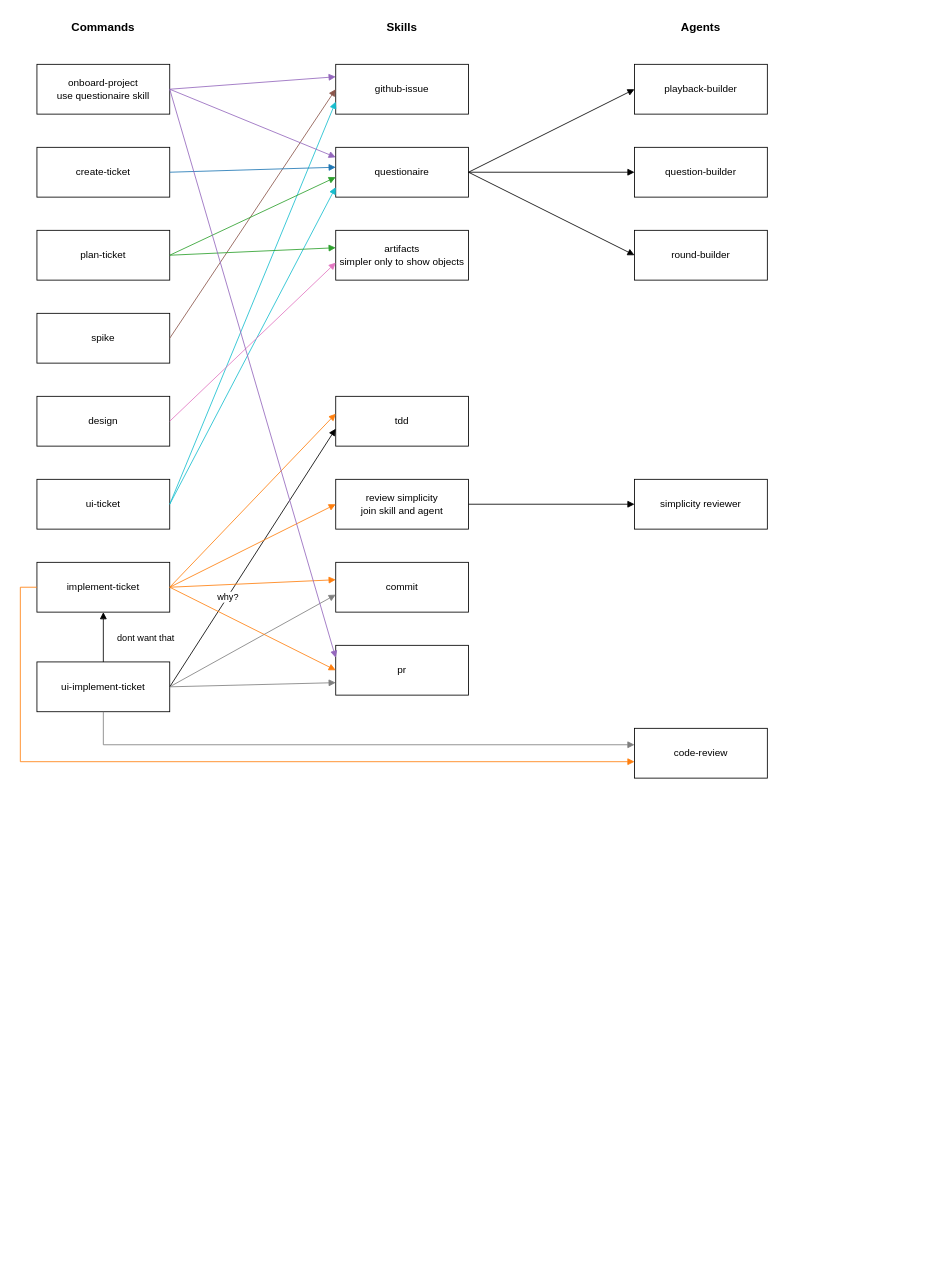
The draw.io diagram docs/skill_map.drawio in MoritzKopmann/AISoftwareFactory, before the edit. Source tidied: cells renumbered, new cells numbered last; positions are measured from the earlier drawing's top-left corner, leaving out a move shared by most shapes. Both pictures are drawn from the tidied source at 83%, with x=0, y=0 at pixel (20, 14).
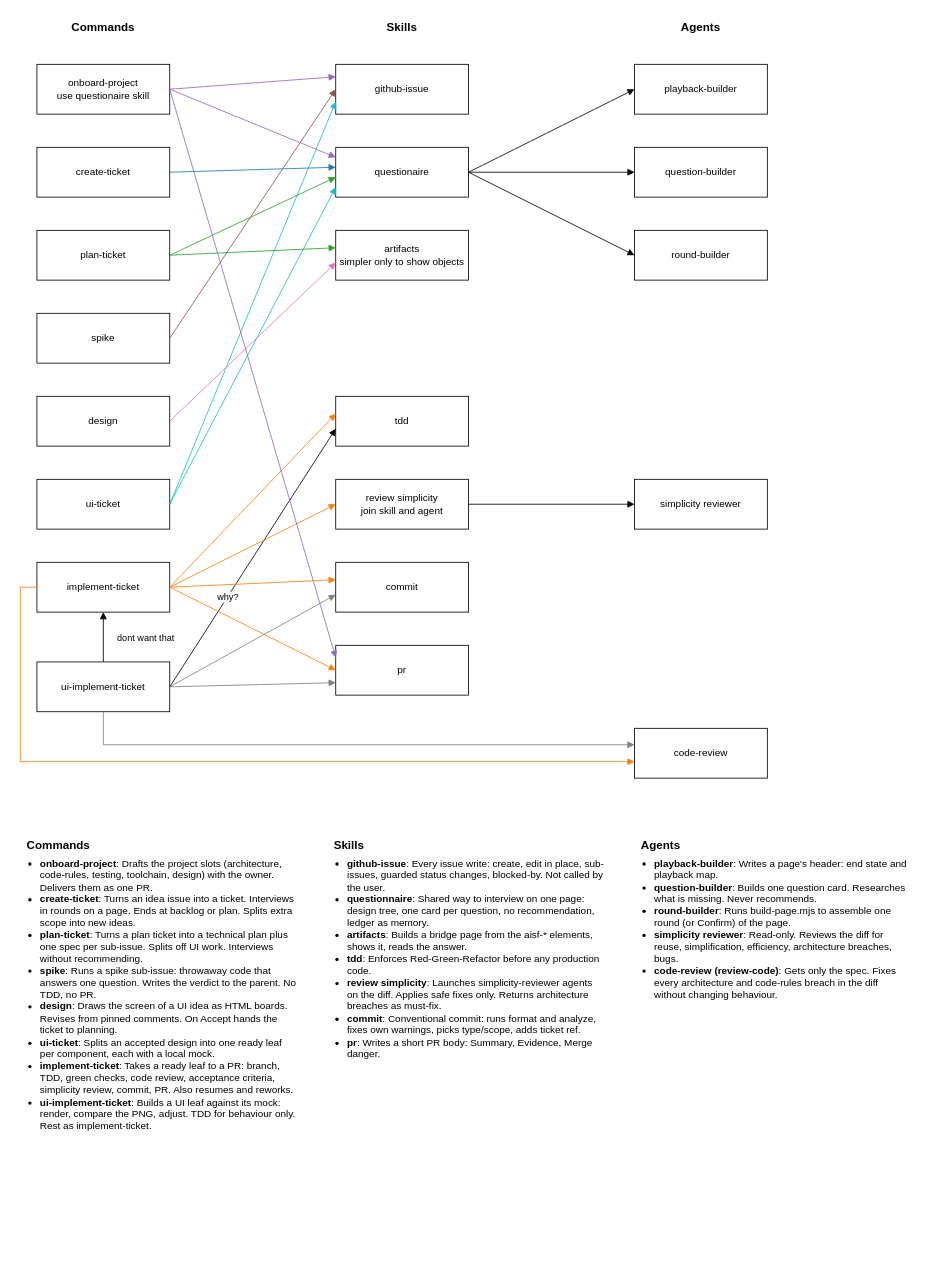
Above is the later version.

Commit message:
docs: describe each command, skill and agent under the skill map

What changed in the source:
```diff
@@
+    <mxCell id="51" value="&lt;b style=&quot;font-size:14px&quot;&gt;Commands&lt;/b&gt;&lt;ul style=&quot;padding-left:16px;margin-top:6px&quot;&gt;&lt;li&gt;&lt;b&gt;onboard-project&lt;/b&gt;: Drafts the project slots (architecture, code-rules, testing, toolchain, design) with the owner. Delivers them as one PR.&lt;/li&gt;&lt;li&gt;&lt;b&gt;create-ticket&lt;/b&gt;: Turns an idea issue into a ticket. Interviews in rounds on a page. Ends at backlog or plan. Splits extra scope into new ideas.&lt;/li&gt;&lt;li&gt;&lt;b&gt;plan-ticket&lt;/b&gt;: Turns a plan ticket into a technical plan plus one spec per sub-issue. Splits off UI work. Interviews without recommending.&lt;/li&gt;&lt;li&gt;&lt;b&gt;spike&lt;/b&gt;: Runs a spike sub-issue: throwaway code that answers one question. Writes the verdict to the parent. No TDD, no PR.&lt;/li&gt;&lt;li&gt;&lt;b&gt;design&lt;/b&gt;: Draws the screen of a UI idea as HTML boards. Revises from pinned comments. On Accept hands the ticket to planning.&lt;/li&gt;&lt;li&gt;&lt;b&gt;ui-ticket&lt;/b&gt;: Splits an accepted design into one ready leaf per component, each with a local mock.&lt;/li&gt;&lt;li&gt;&lt;b&gt;implement-ticket&lt;/b&gt;: Takes a ready leaf to a PR: branch, TDD, green checks, code review, acceptance criteria, simplicity review, commit, PR. Also resumes and reworks.&lt;/li&gt;&lt;li&gt;&lt;b&gt;ui-implement-ticket&lt;/b&gt;: Builds a UI leaf against its mock: render, compare the PNG, adjust. TDD for behaviour only. Rest as implement-ticket.&lt;/li&gt;&lt;/ul&gt;" style="text;html=1;whiteSpace=wrap;align=left;verticalAlign=top;spacing=8;rounded=0;strokeColor=none;fillColor=none;" parent="1" vertex="1">
+      <mxGeometry y="980" width="340" height="520" as="geometry" />
+    </mxCell>
+    <mxCell id="52" value="&lt;b style=&quot;font-size:14px&quot;&gt;Skills&lt;/b&gt;&lt;ul style=&quot;padding-left:16px;margin-top:6px&quot;&gt;&lt;li&gt;&lt;b&gt;github-issue&lt;/b&gt;: Every issue write: create, edit in place, sub-issues, guarded status changes, blocked-by. Not called by the user.&lt;/li&gt;&lt;li&gt;&lt;b&gt;questionnaire&lt;/b&gt;: Shared way to interview on one page: design tree, one card per question, no recommendation, ledger as memory.&lt;/li&gt;&lt;li&gt;&lt;b&gt;artifacts&lt;/b&gt;: Builds a bridge page from the aisf-* elements, shows it, reads the answer.&lt;/li&gt;&lt;li&gt;&lt;b&gt;tdd&lt;/b&gt;: Enforces Red-Green-Refactor before any production code.&lt;/li&gt;&lt;li&gt;&lt;b&gt;review simplicity&lt;/b&gt;: Launches simplicity-reviewer agents on the diff. Applies safe fixes only. Returns architecture breaches as must-fix.&lt;/li&gt;&lt;li&gt;&lt;b&gt;commit&lt;/b&gt;: Conventional commit: runs format and analyze, fixes own warnings, picks type/scope, adds ticket ref.&lt;/li&gt;&lt;li&gt;&lt;b&gt;pr&lt;/b&gt;: Writes a short PR body: Summary, Evidence, Merge danger.&lt;/li&gt;&lt;/ul&gt;" style="text;html=1;whiteSpace=wrap;align=left;verticalAlign=top;spacing=8;rounded=0;strokeColor=none;fillColor=none;" parent="1" vertex="1">
+      <mxGeometry x="370" y="980" width="340" height="520" as="geometry" />
+    </mxCell>
+    <mxCell id="53" value="&lt;b style=&quot;font-size:14px&quot;&gt;Agents&lt;/b&gt;&lt;ul style=&quot;padding-left:16px;margin-top:6px&quot;&gt;&lt;li&gt;&lt;b&gt;playback-builder&lt;/b&gt;: Writes a page&amp;#x27;s header: end state and playback map.&lt;/li&gt;&lt;li&gt;&lt;b&gt;question-builder&lt;/b&gt;: Builds one question card. Researches what is missing. Never recommends.&lt;/li&gt;&lt;li&gt;&lt;b&gt;round-builder&lt;/b&gt;: Runs build-page.mjs to assemble one round (or Confirm) of the page.&lt;/li&gt;&lt;li&gt;&lt;b&gt;simplicity reviewer&lt;/b&gt;: Read-only. Reviews the diff for reuse, simplification, efficiency, architecture breaches, bugs.&lt;/li&gt;&lt;li&gt;&lt;b&gt;code-review (review-code)&lt;/b&gt;: Gets only the spec. Fixes every architecture and code-rules breach in the diff without changing behaviour.&lt;/li&gt;&lt;/ul&gt;" style="text;html=1;whiteSpace=wrap;align=left;verticalAlign=top;spacing=8;rounded=0;strokeColor=none;fillColor=none;" parent="1" vertex="1">
+      <mxGeometry x="740" y="980" width="340" height="520" as="geometry" />
+    </mxCell>
```
